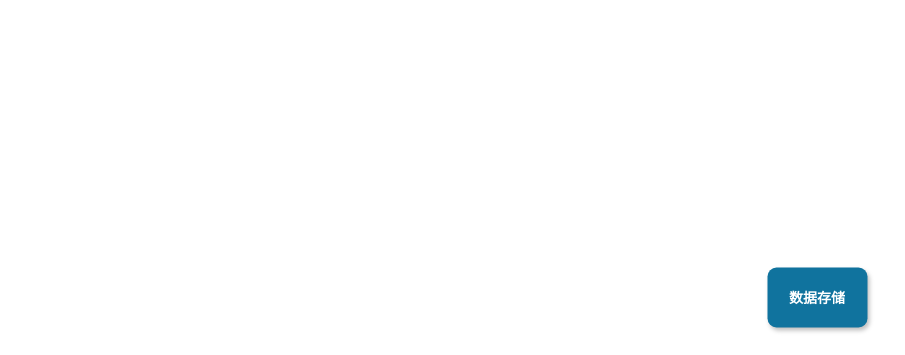
Above: .drawio in frankyzf/drawio (draw.io), before the change. Source tidied: cells renumbered, new cells numbered last; positions are measured from the earlier drawing's top-left corner, leaving out a move shared by most shapes. Both pictures are drawn from the tidied source at 100%, with x=0, y=0 at pixel (767, 267).
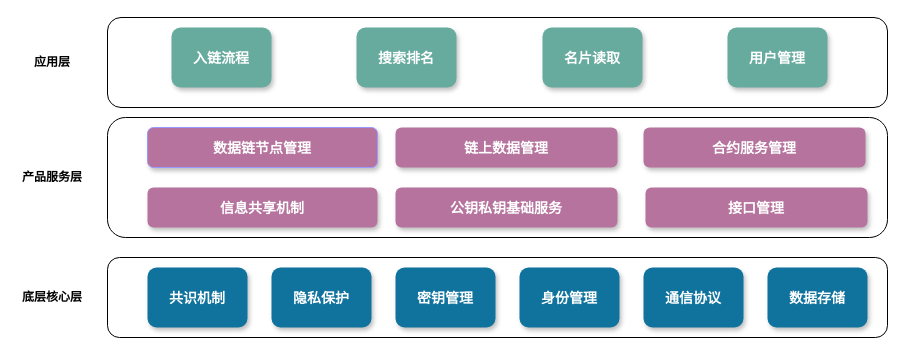
The same page after the edit.

What changed in the source:
```diff
@@
+    <mxCell id="3" style="rounded=1;whiteSpace=wrap;html=1;" parent="1" vertex="1">
+      <mxGeometry x="-660" y="-10" width="780" height="80" as="geometry" />
+    </mxCell>
@@
+    <mxCell id="4" value="通信协议" style="rounded=1;fillColor=#10739E;strokeColor=none;shadow=1;gradientColor=none;fontStyle=1;fontColor=#FFFFFF;fontSize=14;" parent="1" vertex="1">
+      <mxGeometry x="-124" width="100" height="60" as="geometry" />
+    </mxCell>
+    <mxCell id="5" value="共识机制" style="rounded=1;fillColor=#10739E;strokeColor=none;shadow=1;gradientColor=none;fontStyle=1;fontColor=#FFFFFF;fontSize=14;" parent="1" vertex="1">
+      <mxGeometry x="-620" width="100" height="60" as="geometry" />
+    </mxCell>
+    <mxCell id="6" value="隐私保护" style="rounded=1;fillColor=#10739E;strokeColor=none;shadow=1;gradientColor=none;fontStyle=1;fontColor=#FFFFFF;fontSize=14;" parent="1" vertex="1">
+      <mxGeometry x="-496" width="100" height="60" as="geometry" />
+    </mxCell>
+    <mxCell id="7" value="密钥管理" style="rounded=1;fillColor=#10739E;strokeColor=none;shadow=1;gradientColor=none;fontStyle=1;fontColor=#FFFFFF;fontSize=14;" parent="1" vertex="1">
+      <mxGeometry x="-372" width="100" height="60" as="geometry" />
+    </mxCell>
+    <mxCell id="8" value="身份管理" style="rounded=1;fillColor=#10739E;strokeColor=none;shadow=1;gradientColor=none;fontStyle=1;fontColor=#FFFFFF;fontSize=14;" parent="1" vertex="1">
+      <mxGeometry x="-248" width="100" height="60" as="geometry" />
+    </mxCell>
+    <mxCell id="9" value="底层核心层" style="text;html=1;strokeColor=none;fillColor=none;align=center;verticalAlign=middle;whiteSpace=wrap;rounded=0;fontStyle=1;" parent="1" vertex="1">
+      <mxGeometry x="-750" y="20" width="70" height="20" as="geometry" />
+    </mxCell>
+    <mxCell id="10" style="rounded=1;whiteSpace=wrap;html=1;" parent="1" vertex="1">
+      <mxGeometry x="-660" y="-150" width="780" height="120" as="geometry" />
+    </mxCell>
+    <mxCell id="11" value="数据链节点管理" style="rounded=1;fillColor=#B5739D;strokeColor=#9999FF;shadow=1;gradientColor=none;fontStyle=1;fontColor=#FFFFFF;fontSize=14;" parent="1" vertex="1">
+      <mxGeometry x="-620" y="-140" width="230" height="40" as="geometry" />
+    </mxCell>
+    <mxCell id="12" value="链上数据管理" style="rounded=1;fillColor=#B5739D;strokeColor=none;shadow=1;gradientColor=none;fontStyle=1;fontColor=#FFFFFF;fontSize=14;" parent="1" vertex="1">
+      <mxGeometry x="-372" y="-140" width="222" height="40" as="geometry" />
+    </mxCell>
+    <mxCell id="13" value="合约服务管理" style="rounded=1;fillColor=#B5739D;strokeColor=none;shadow=1;gradientColor=none;fontStyle=1;fontColor=#FFFFFF;fontSize=14;" parent="1" vertex="1">
+      <mxGeometry x="-124" y="-140" width="222" height="40" as="geometry" />
+    </mxCell>
+    <mxCell id="14" value="信息共享机制" style="rounded=1;fillColor=#B5739D;strokeColor=none;shadow=1;gradientColor=none;fontStyle=1;fontColor=#FFFFFF;fontSize=14;" parent="1" vertex="1">
+      <mxGeometry x="-620" y="-80" width="230" height="40" as="geometry" />
+    </mxCell>
+    <mxCell id="15" value="公钥私钥基础服务" style="rounded=1;fillColor=#B5739D;strokeColor=none;shadow=1;gradientColor=none;fontStyle=1;fontColor=#FFFFFF;fontSize=14;" parent="1" vertex="1">
+      <mxGeometry x="-372" y="-80" width="222" height="40" as="geometry" />
+    </mxCell>
+    <mxCell id="16" value="接口管理" style="rounded=1;fillColor=#B5739D;strokeColor=none;shadow=1;gradientColor=none;fontStyle=1;fontColor=#FFFFFF;fontSize=14;" parent="1" vertex="1">
+      <mxGeometry x="-122" y="-80" width="222" height="40" as="geometry" />
+    </mxCell>
+    <mxCell id="17" value="产品服务层" style="text;html=1;strokeColor=none;fillColor=none;align=center;verticalAlign=middle;whiteSpace=wrap;rounded=0;fontStyle=1;" parent="1" vertex="1">
+      <mxGeometry x="-750" y="-100" width="70" height="20" as="geometry" />
+    </mxCell>
+    <mxCell id="18" style="rounded=1;whiteSpace=wrap;html=1;" parent="1" vertex="1">
+      <mxGeometry x="-660" y="-250" width="780" height="90" as="geometry" />
+    </mxCell>
+    <mxCell id="19" value="应用层" style="text;html=1;strokeColor=none;fillColor=none;align=center;verticalAlign=middle;whiteSpace=wrap;rounded=0;fontStyle=1;" parent="1" vertex="1">
+      <mxGeometry x="-750" y="-215" width="70" height="20" as="geometry" />
+    </mxCell>
+    <mxCell id="20" value="入链流程" style="rounded=1;fillColor=#67AB9F;strokeColor=none;shadow=1;gradientColor=none;fontStyle=1;fontColor=#FFFFFF;fontSize=14;" parent="1" vertex="1">
+      <mxGeometry x="-596" y="-240" width="100" height="60" as="geometry" />
+    </mxCell>
+    <mxCell id="21" value="搜索排名" style="rounded=1;fillColor=#67AB9F;strokeColor=none;shadow=1;gradientColor=none;fontStyle=1;fontColor=#FFFFFF;fontSize=14;" parent="1" vertex="1">
+      <mxGeometry x="-411" y="-240" width="100" height="60" as="geometry" />
+    </mxCell>
+    <mxCell id="22" value="名片读取" style="rounded=1;fillColor=#67AB9F;strokeColor=none;shadow=1;gradientColor=none;fontStyle=1;fontColor=#FFFFFF;fontSize=14;" parent="1" vertex="1">
+      <mxGeometry x="-225" y="-240" width="100" height="60" as="geometry" />
+    </mxCell>
+    <mxCell id="23" value="用户管理" style="rounded=1;fillColor=#67AB9F;strokeColor=none;shadow=1;gradientColor=none;fontStyle=1;fontColor=#FFFFFF;fontSize=14;" parent="1" vertex="1">
+      <mxGeometry x="-40" y="-240" width="100" height="60" as="geometry" />
+    </mxCell>
```
